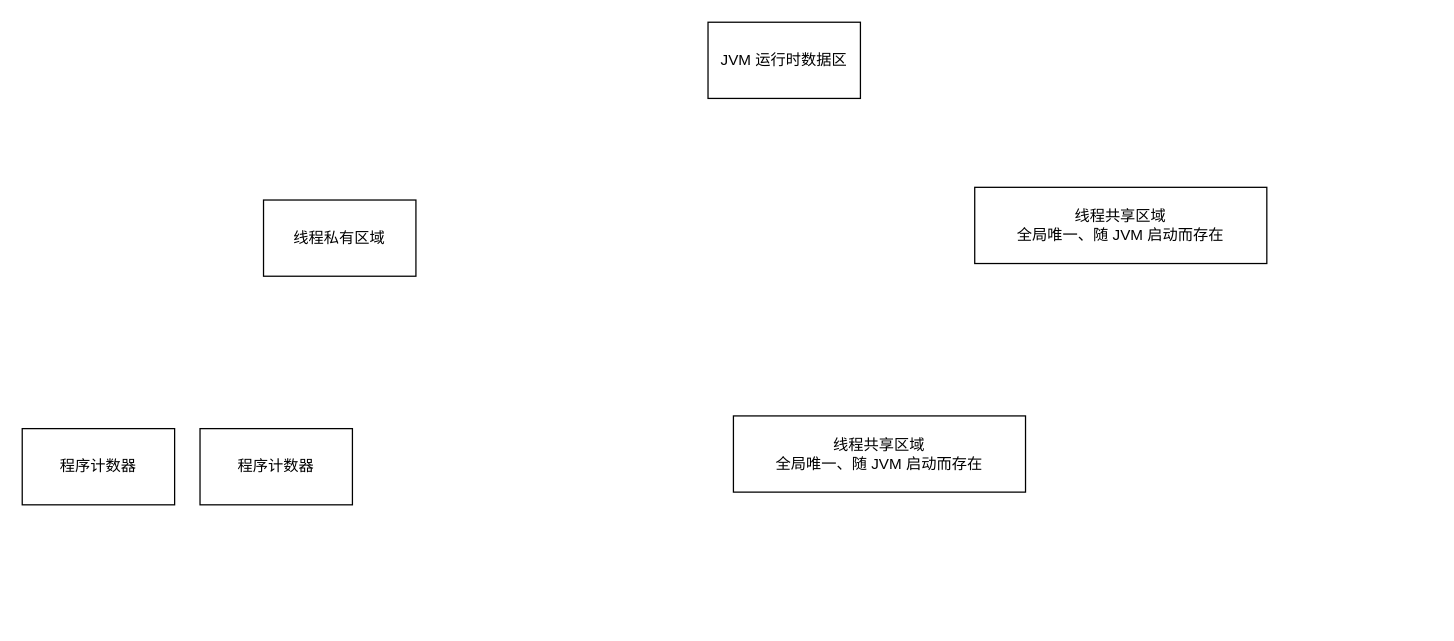
Earlier version of the draw.io diagram 1-java/4-jvm/从内存模型到 OOM 排查.drawio (vic868/Deliberate). Source tidied: cells renumbered, new cells numbered last; positions are measured from the earlier drawing's top-left corner, leaving out a move shared by most shapes. Both pictures are drawn from the tidied source at 127%, with x=0, y=0 at pixel (22, 22).
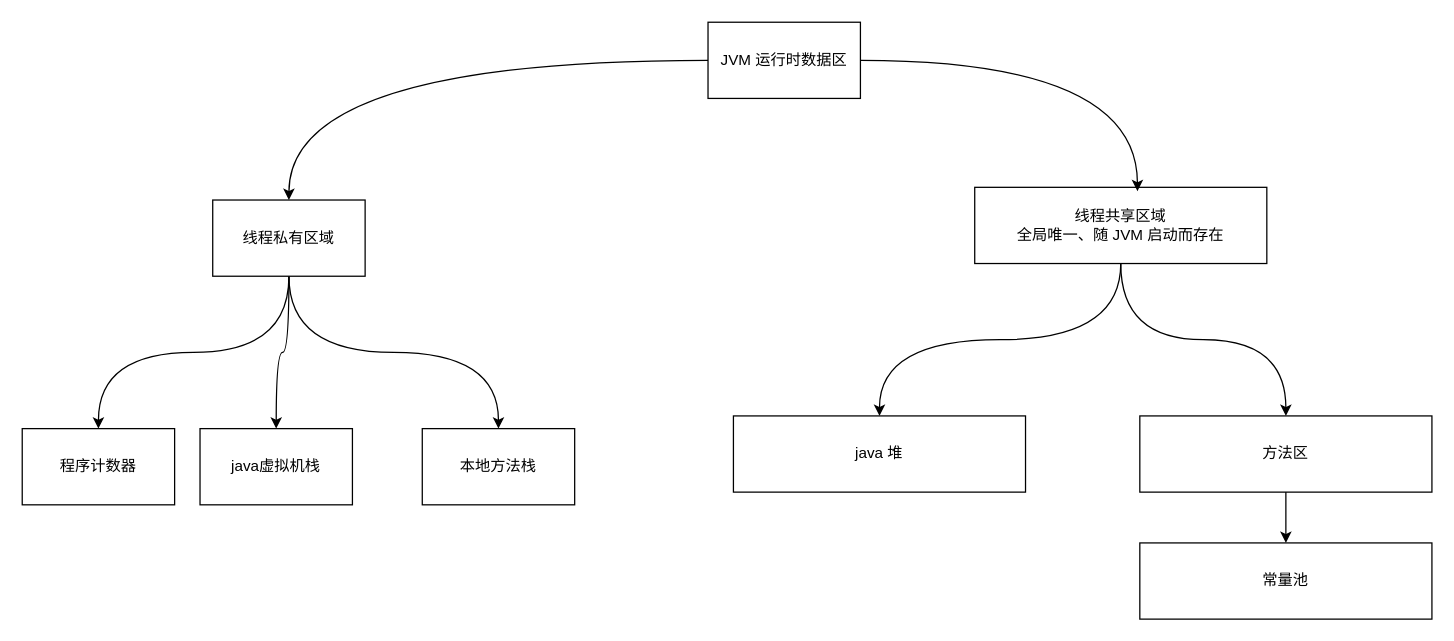
The same diagram, later.

Commit message:
vault backup: 2026-10-23 04:01:39

Change to the diagram source:
```diff
@@
 <mxGraphModel>
   <root>
     <mxCell id="0" />
     <mxCell id="1" parent="0" />
     <mxCell id="2" value="JVM 运行时数据区" style="rounded=0;whiteSpace=wrap;html=1;" parent="1" vertex="1">
       <mxGeometry x="540" width="120" height="60" as="geometry" />
     </mxCell>
+    <mxCell id="8" style="edgeStyle=orthogonalEdgeStyle;rounded=0;jettySize=auto;html=1;exitX=0.5;exitY=1;exitDx=0;exitDy=0;entryX=0.5;entryY=0;entryDx=0;entryDy=0;defaultLabelBackgroundColor=page;curved=1;curveGeometry=1;" parent="1" edge="1" source="3" target="6">
+      <mxGeometry relative="1" as="geometry" />
+    </mxCell>
+    <mxCell id="9" style="edgeStyle=orthogonalEdgeStyle;rounded=0;jettySize=auto;html=1;exitX=0.5;exitY=1;exitDx=0;exitDy=0;defaultLabelBackgroundColor=page;curved=1;curveGeometry=1;" parent="1" edge="1" source="3" target="7">
+      <mxGeometry relative="1" as="geometry" />
+    </mxCell>
+    <mxCell id="10" style="edgeStyle=orthogonalEdgeStyle;rounded=0;jettySize=auto;html=1;entryX=0.5;entryY=0;entryDx=0;entryDy=0;defaultLabelBackgroundColor=page;exitX=0.5;exitY=1;exitDx=0;exitDy=0;curved=1;curveGeometry=1;" parent="1" edge="1" source="3" target="13">
+      <mxGeometry relative="1" as="geometry" />
+    </mxCell>
     <mxCell id="3" value="线程私有区域" style="rounded=0;whiteSpace=wrap;html=1;" parent="1" vertex="1">
-      <mxGeometry x="190" y="140" width="120" height="60" as="geometry" />
+      <mxGeometry x="150" y="140" width="120" height="60" as="geometry" />
     </mxCell>
+    <mxCell id="11" style="edgeStyle=orthogonalEdgeStyle;rounded=0;jettySize=auto;html=1;entryX=0.5;entryY=0;entryDx=0;entryDy=0;defaultLabelBackgroundColor=page;curved=1;curveGeometry=1;" parent="1" edge="1" source="4" target="5">
+      <mxGeometry relative="1" as="geometry" />
+    </mxCell>
+    <mxCell id="12" style="edgeStyle=orthogonalEdgeStyle;rounded=0;jettySize=auto;html=1;exitX=0.5;exitY=1;exitDx=0;exitDy=0;entryX=0.5;entryY=0;entryDx=0;entryDy=0;defaultLabelBackgroundColor=page;curved=1;curveGeometry=1;" parent="1" edge="1" source="4" target="15">
+      <mxGeometry relative="1" as="geometry" />
+    </mxCell>
     <mxCell id="4" value="线程共享区域&lt;div&gt;全局唯一、随 JVM 启动而存在&lt;/div&gt;" style="rounded=0;whiteSpace=wrap;html=1;" parent="1" vertex="1">
       <mxGeometry x="750" y="130" width="230" height="60" as="geometry" />
     </mxCell>
-    <mxCell id="5" value="线程共享区域&lt;div&gt;全局唯一、随 JVM 启动而存在&lt;/div&gt;" style="rounded=0;whiteSpace=wrap;html=1;" parent="1" vertex="1">
+    <mxCell id="5" value="java 堆" style="rounded=0;whiteSpace=wrap;html=1;" parent="1" vertex="1">
       <mxGeometry x="560" y="310" width="230" height="60" as="geometry" />
     </mxCell>
     <mxCell id="6" value="程序计数器" style="rounded=0;whiteSpace=wrap;html=1;" parent="1" vertex="1">
       <mxGeometry y="320" width="120" height="60" as="geometry" />
     </mxCell>
-    <mxCell id="7" value="程序计数器" style="rounded=0;whiteSpace=wrap;html=1;" parent="1" vertex="1">
+    <mxCell id="7" value="java虚拟机栈" style="rounded=0;whiteSpace=wrap;html=1;" parent="1" vertex="1">
       <mxGeometry x="140" y="320" width="120" height="60" as="geometry" />
     </mxCell>
+    <mxCell id="13" value="本地方法栈" style="rounded=0;whiteSpace=wrap;html=1;" parent="1" vertex="1">
+      <mxGeometry x="315" y="320" width="120" height="60" as="geometry" />
+    </mxCell>
+    <mxCell id="14" style="edgeStyle=orthogonalEdgeStyle;rounded=0;jettySize=auto;html=1;exitX=0.5;exitY=1;exitDx=0;exitDy=0;entryX=0.5;entryY=0;entryDx=0;entryDy=0;defaultLabelBackgroundColor=page;" parent="1" edge="1" source="15" target="16">
+      <mxGeometry relative="1" as="geometry" />
+    </mxCell>
+    <mxCell id="15" value="方法区" style="rounded=0;whiteSpace=wrap;html=1;" parent="1" vertex="1">
+      <mxGeometry x="880" y="310" width="230" height="60" as="geometry" />
+    </mxCell>
+    <mxCell id="16" value="常量池" style="rounded=0;whiteSpace=wrap;html=1;" parent="1" vertex="1">
+      <mxGeometry x="880" y="410" width="230" height="60" as="geometry" />
+    </mxCell>
+    <mxCell id="17" style="rounded=0;jettySize=auto;html=1;entryX=0.5;entryY=0;entryDx=0;entryDy=0;defaultLabelBackgroundColor=page;edgeStyle=orthogonalEdgeStyle;curved=1;curveGeometry=1;" parent="1" edge="1" source="2" target="3">
+      <mxGeometry relative="1" as="geometry" />
+    </mxCell>
+    <mxCell id="18" style="edgeStyle=orthogonalEdgeStyle;rounded=0;jettySize=auto;html=1;entryX=0.557;entryY=0.05;entryDx=0;entryDy=0;entryPerimeter=0;defaultLabelBackgroundColor=page;curved=1;curveGeometry=1;" parent="1" edge="1" source="2" target="4">
+      <mxGeometry relative="1" as="geometry" />
+    </mxCell>
   </root>
 </mxGraphModel>
```
